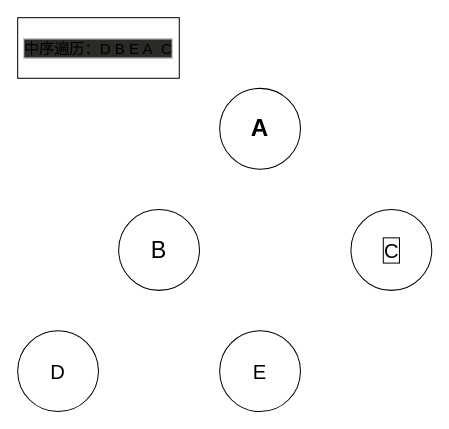
Before: src/图解.dio in PhilRandWu/Algorithm_code_ts, a draw.io diagram. Source tidied: cells renumbered, new cells numbered last; positions are measured from the earlier drawing's top-left corner, leaving out a move shared by most shapes. Both pictures are drawn from the tidied source at 101%, with x=0, y=0 at pixel (17, 17).
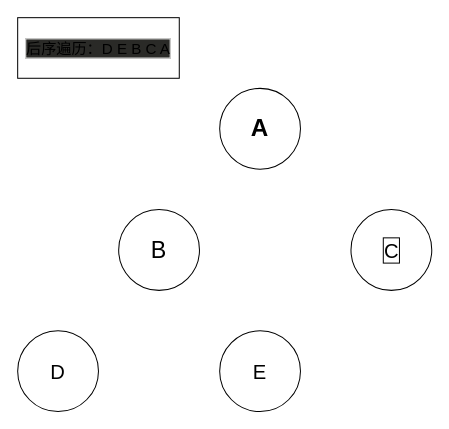
After the change.

Commit message (it also covers changes not shown here):
二叉树的后序遍历

The edit, as a diff of the source:
```diff
@@
 <mxGraphModel>
   <root>
     <mxCell id="0" />
     <mxCell id="1" parent="0" />
     <mxCell id="2" value="&lt;h1&gt;A&lt;/h1&gt;" style="ellipse;whiteSpace=wrap;html=1;" parent="1" vertex="1">
       <mxGeometry x="200" y="70" width="80" height="80" as="geometry" />
     </mxCell>
     <mxCell id="3" value="B" style="ellipse;whiteSpace=wrap;html=1;fontStyle=0;fontSize=23;" parent="1" vertex="1">
       <mxGeometry x="100" y="190" width="80" height="80" as="geometry" />
     </mxCell>
     <mxCell id="4" value="C" style="ellipse;html=1;fontSize=20;labelBorderColor=default;" parent="1" vertex="1">
       <mxGeometry x="330" y="190" width="80" height="80" as="geometry" />
     </mxCell>
     <mxCell id="5" value="D" style="ellipse;whiteSpace=wrap;html=1;fontSize=20;" parent="1" vertex="1">
       <mxGeometry y="310" width="80" height="80" as="geometry" />
     </mxCell>
     <mxCell id="6" value="E" style="ellipse;whiteSpace=wrap;html=1;fontSize=20;" parent="1" vertex="1">
       <mxGeometry x="200" y="310" width="80" height="80" as="geometry" />
     </mxCell>
-    <mxCell id="7" value="中序遍历：D B E A&amp;nbsp; C" style="whiteSpace=wrap;html=1;labelBorderColor=#F0F0F0;fontSize=15;labelBackgroundColor=#2A2A27;fillColor=#FFFFFF;" parent="1" vertex="1">
+    <mxCell id="7" value="后序遍历：D E B C A" style="whiteSpace=wrap;html=1;labelBorderColor=#F0F0F0;fontSize=15;labelBackgroundColor=#2A2A27;fillColor=#FFFFFF;" parent="1" vertex="1">
       <mxGeometry width="160" height="60" as="geometry" />
     </mxCell>
   </root>
 </mxGraphModel>
```
